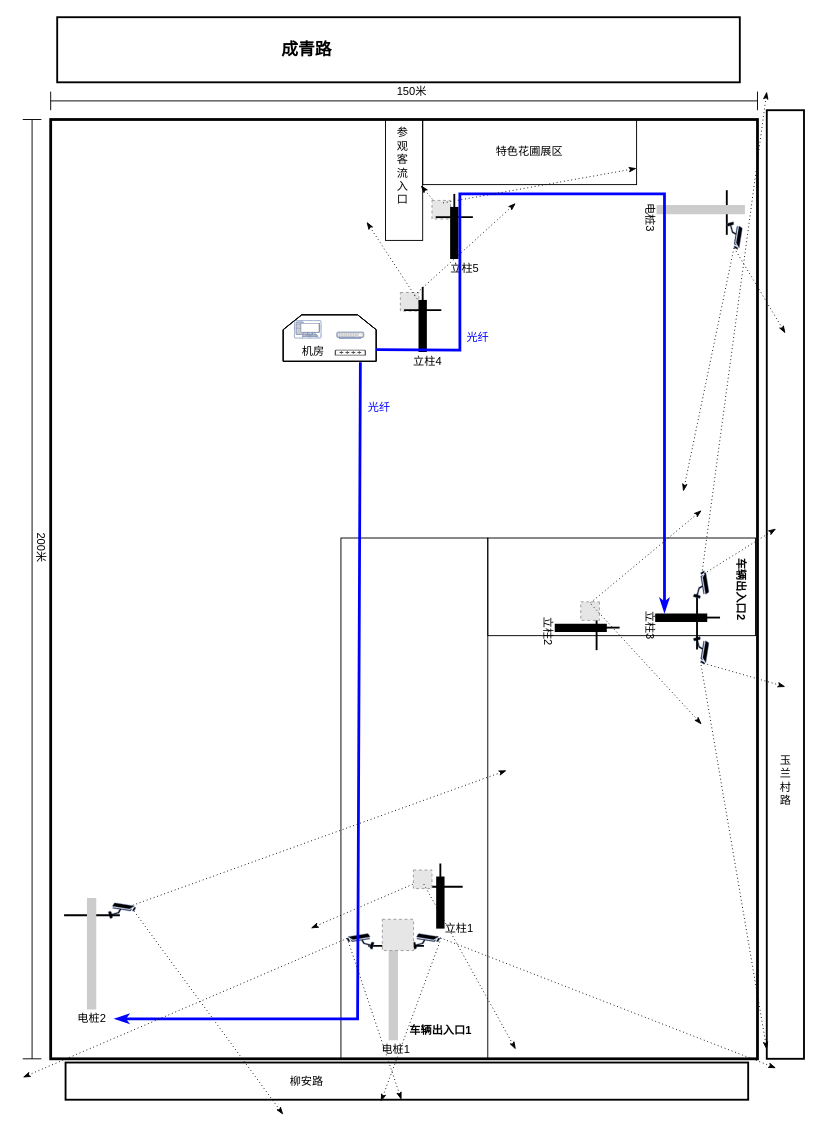
The draw.io diagram 达荣园艺监控方案.drawio in UTOUUCENTER-CD/Aqara, before the edit. Source tidied: cells renumbered, new cells numbered last; positions are measured from the earlier drawing's top-left corner, leaving out a move shared by most shapes. Both pictures are drawn from the tidied source at 93%, with x=0, y=0 at pixel (18, 17). Pictures stored in the file or linked from it are replaced by grey dashed boxes.
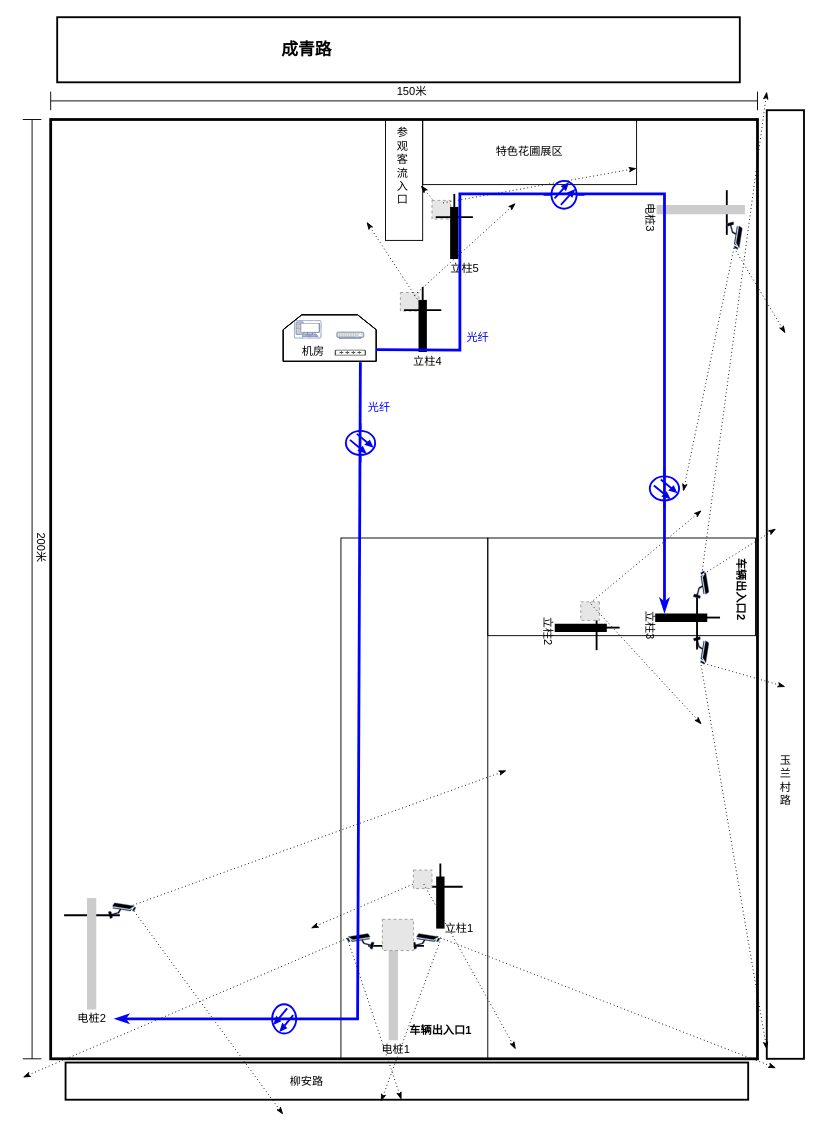
Above is the later version.

Commit message (it also covers changes not shown here):
Update 达荣园艺监控方案.drawio

Diff of the diagram source:
```diff
@@
+    <mxCell id="108" style="verticalLabelPosition=bottom;shadow=0;dashed=0;align=center;html=1;verticalAlign=top;shape=mxgraph.electrical.transmission.optical_fiber;fontSize=18;fontColor=#0000FF;strokeColor=#0000FF;strokeWidth=2;fillColor=none;rotation=90;" parent="1" vertex="1">
+      <mxGeometry x="347.1" y="442" width="42.1" height="31.5" as="geometry" />
+    </mxCell>
+    <mxCell id="109" style="verticalLabelPosition=bottom;shadow=0;dashed=0;align=center;html=1;verticalAlign=top;shape=mxgraph.electrical.transmission.optical_fiber;fontSize=18;fontColor=#0000FF;strokeColor=#0000FF;strokeWidth=2;fillColor=none;rotation=0;" parent="1" vertex="1">
+      <mxGeometry x="565" y="176" width="44" height="30" as="geometry" />
+    </mxCell>
+    <mxCell id="110" style="verticalLabelPosition=bottom;shadow=0;dashed=0;align=center;html=1;verticalAlign=top;shape=mxgraph.electrical.transmission.optical_fiber;fontSize=18;fontColor=#0000FF;strokeColor=#0000FF;strokeWidth=2;fillColor=none;rotation=90;" parent="1" vertex="1">
+      <mxGeometry x="673.9" y="491" width="42.1" height="31.5" as="geometry" />
+    </mxCell>
+    <mxCell id="111" style="verticalLabelPosition=bottom;shadow=0;dashed=0;align=center;html=1;verticalAlign=top;shape=mxgraph.electrical.transmission.optical_fiber;fontSize=18;fontColor=#0000FF;strokeColor=#0000FF;strokeWidth=2;fillColor=none;rotation=-180;" parent="1" vertex="1">
+      <mxGeometry x="265" y="1061.3" width="42.1" height="31.5" as="geometry" />
+    </mxCell>
```
